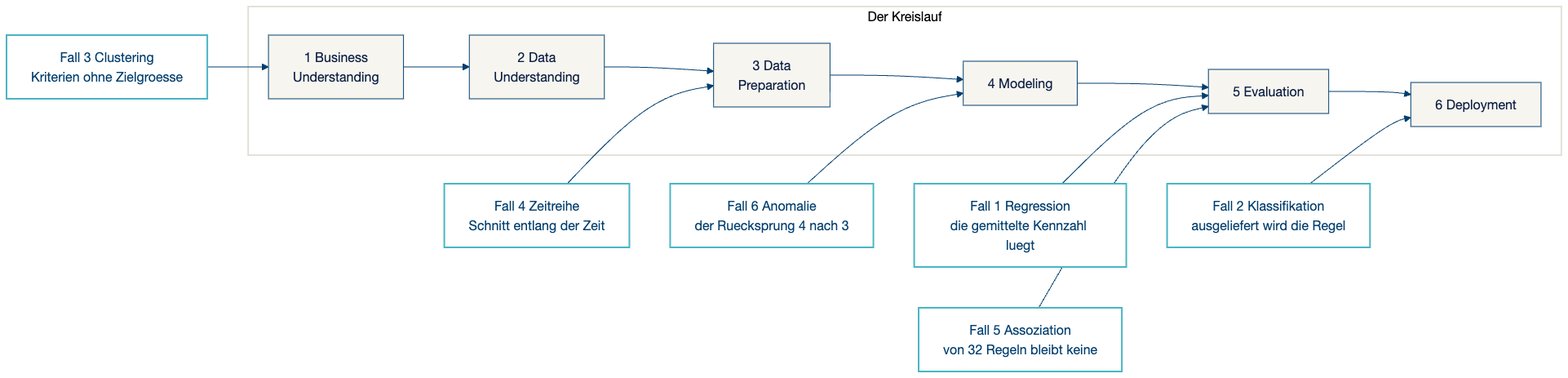
Earlier version of the Mermaid export slides/assets/crispdm-faelle.png (swrobuts/velocity-fallstudie). Its source is kept beside it as doku/analytics/diagramme/crispdm-faelle.mmd.
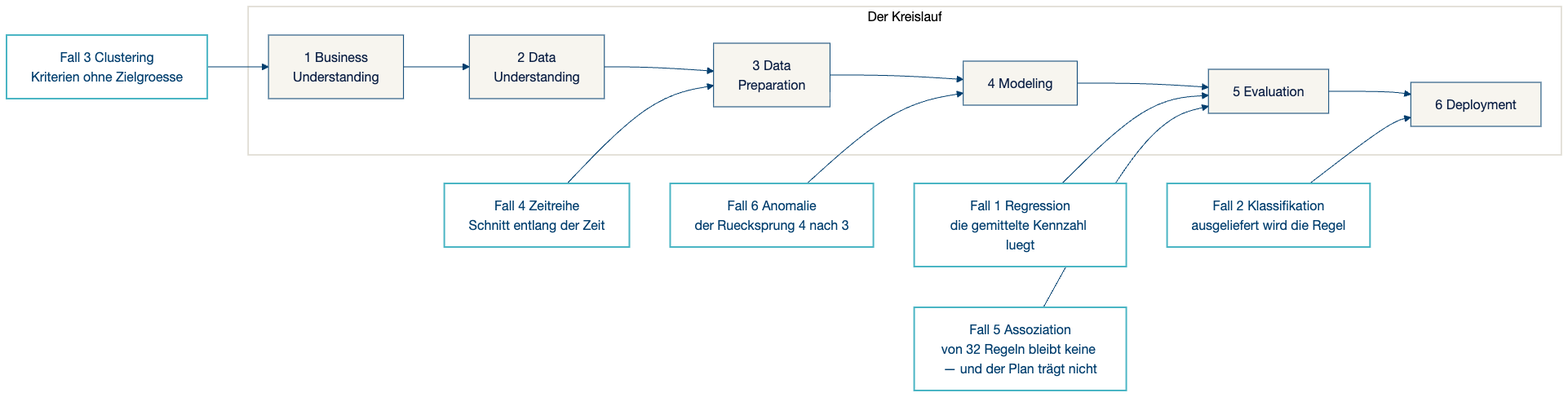
The same diagram one commit later.

What changed in the source:
```diff
@@ -13,7 +13,7 @@
     F3["Fall 3 Clustering<br/>Kriterien ohne Zielgroesse"] --> P1
     F4["Fall 4 Zeitreihe<br/>Schnitt entlang der Zeit"] --> P3
     F1["Fall 1 Regression<br/>die gemittelte Kennzahl luegt"] --> P5
-    F5["Fall 5 Assoziation<br/>von 32 Regeln bleibt keine"] --> P5
+    F5["Fall 5 Assoziation<br/>von 32 Regeln bleibt keine — und der Plan trägt nicht"] --> P5
     F2["Fall 2 Klassifikation<br/>ausgeliefert wird die Regel"] --> P6
     F6["Fall 6 Anomalie<br/>der Ruecksprung 4 nach 3"] --> P4
 
```
